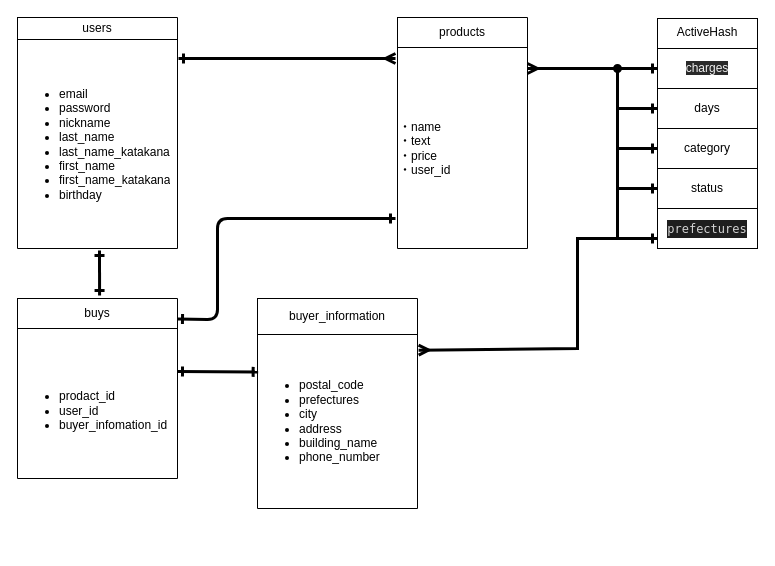
Above: furimaER.dio in todakou/furima-32027 (draw.io), before the change. Source tidied: cells renumbered, new cells numbered last; positions are measured from the earlier drawing's top-left corner, leaving out a move shared by most shapes. Both pictures are drawn from the tidied source at 100%, with x=0, y=0 at pixel (17, 17).
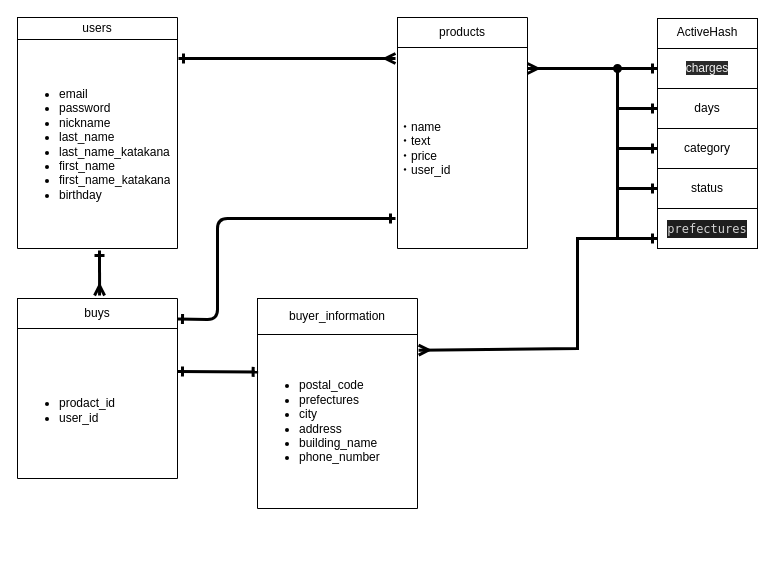
The same page after the edit.

Commit message (it also covers changes not shown here):
#3 ER図・README修正

Unchanged cells that the change refers to:
```xml
<mxCell id="10" style="shape=partialRectangle;html=1;whiteSpace=wrap;fillColor=none;top=0;left=0;bottom=0;right=0;points=[[0,0.5],[1,0.5]];portConstraint=eastwest;" parent="9" vertex="1">
  <mxGeometry width="160" height="30" as="geometry" />
</mxCell>
<mxCell id="12" style="shape=partialRectangle;html=1;whiteSpace=wrap;fillColor=none;top=0;left=0;bottom=0;right=0;" parent="9" vertex="1">
  <mxGeometry y="30" width="160" height="150" as="geometry" />
</mxCell>
```

Change to the diagram source:
```diff
@@
-    <mxCell id="13" value="&lt;div&gt;&lt;br&gt;&lt;/div&gt;&lt;ul&gt;&lt;li&gt;prodact_id&lt;/li&gt;&lt;li&gt;user_id&lt;/li&gt;&lt;li&gt;buyer_infomation_id&lt;/li&gt;&lt;/ul&gt;" style="shape=partialRectangle;html=1;whiteSpace=wrap;overflow=hidden;fillColor=none;top=0;left=0;bottom=0;right=0;align=left;" parent="12" vertex="1">
+    <mxCell id="13" value="&lt;div&gt;&lt;br&gt;&lt;/div&gt;&lt;ul&gt;&lt;li&gt;prodact_id&lt;/li&gt;&lt;li&gt;user_id&lt;/li&gt;&lt;/ul&gt;" style="shape=partialRectangle;html=1;whiteSpace=wrap;overflow=hidden;fillColor=none;top=0;left=0;bottom=0;right=0;align=left;" parent="12" vertex="1">
       <mxGeometry width="160" height="150" as="geometry" />
     </mxCell>
@@
-    <mxCell id="28" style="fontSize=12;html=1;endArrow=ERone;startArrow=ERone;strokeWidth=3;entryX=0.513;entryY=-0.1;entryDx=0;entryDy=0;entryPerimeter=0;endFill=0;startFill=0;" parent="1" edge="1" target="10">
+    <mxCell id="28" style="fontSize=12;html=1;endArrow=ERmany;startArrow=ERone;strokeWidth=3;entryX=0.513;entryY=-0.1;entryDx=0;entryDy=0;entryPerimeter=0;endFill=0;startFill=0;" parent="1" edge="1" target="10">
       <mxGeometry relative="1" as="geometry">
         <mxPoint x="82" y="233" as="sourcePoint" />
       </mxGeometry>
     </mxCell>
```
